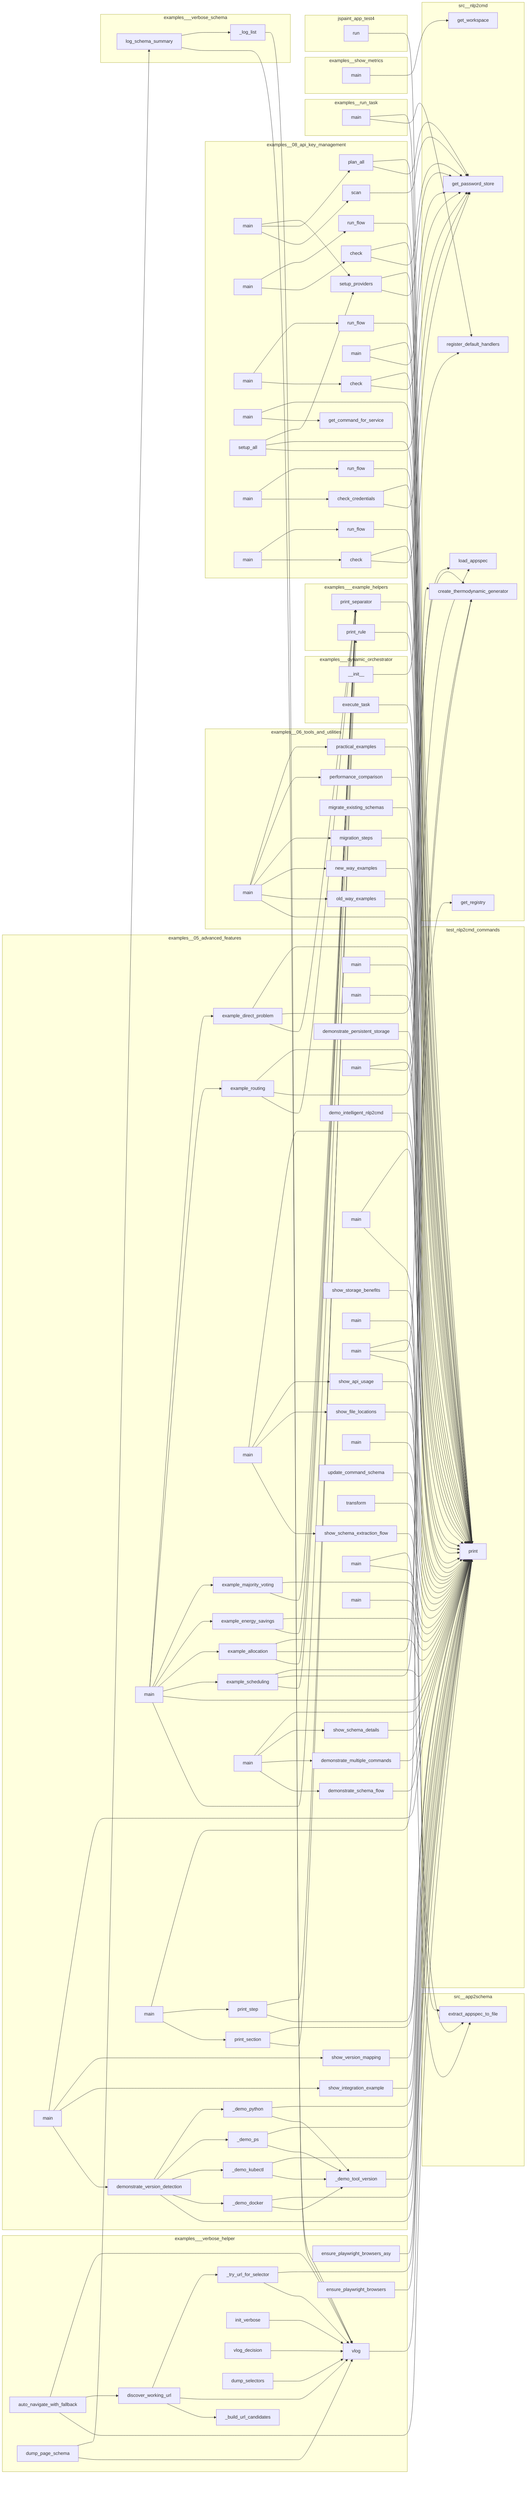
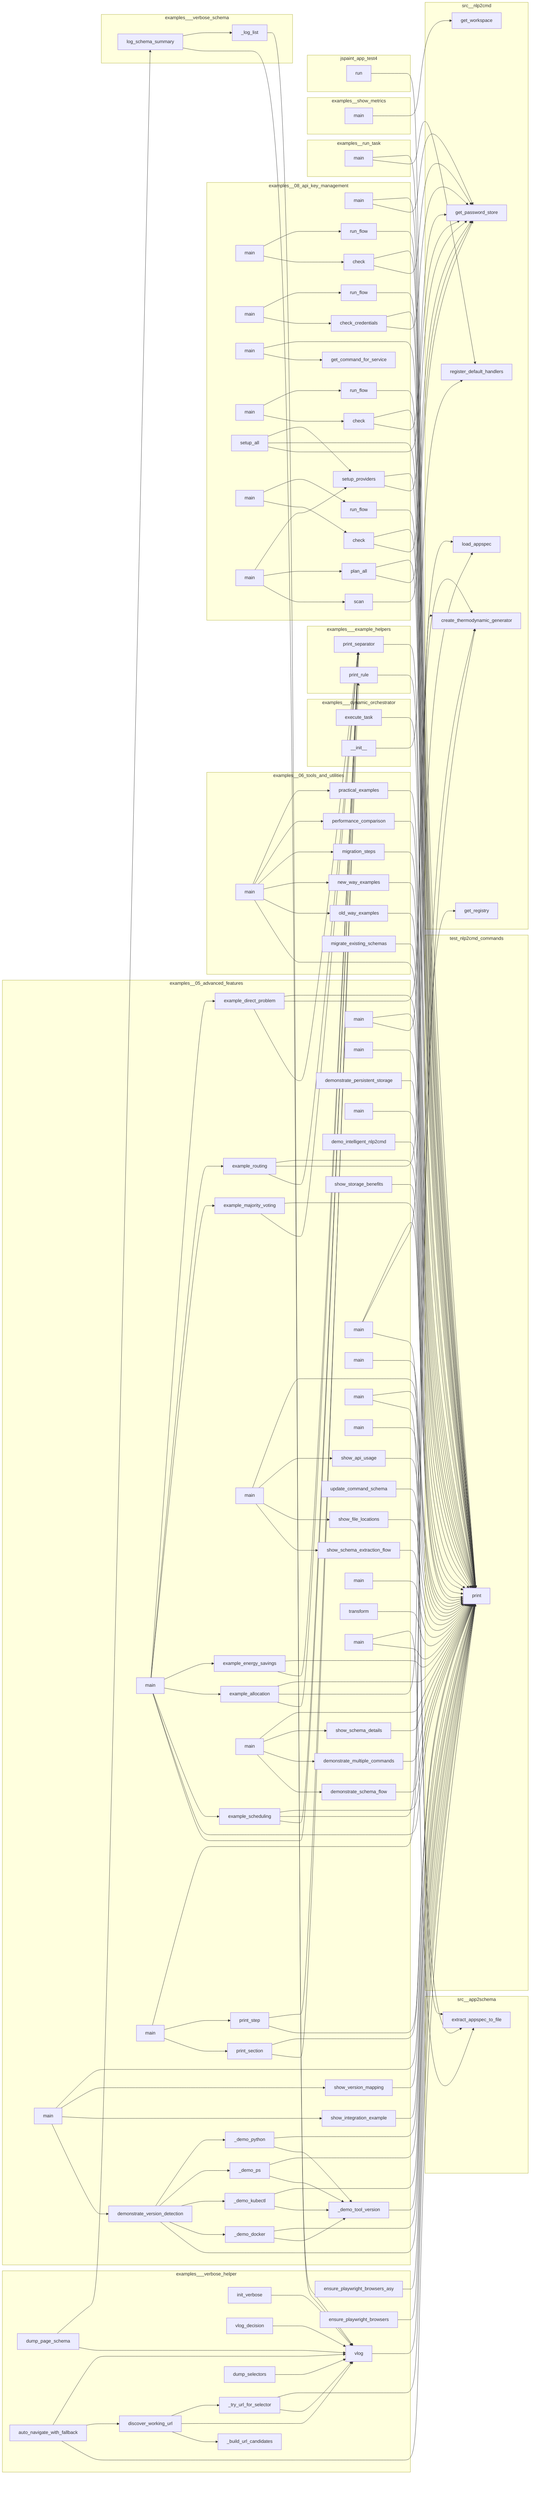
flowchart LR
- %% generated in 0.06s
+ %% generated in 0.07s
    subgraph examples__05_advanced_features
+         examples__05_advanced_features__thermodynamic_computing__example__example_majority_voting["example_majority_voting"]
+         examples__05_advanced_features__thermodynamic_computing__example__example_direct_problem["example_direct_problem"]
+         examples__05_advanced_features__dynamic_schemas__demo_version_detection__show_integration_example["show_integration_example"]
+         examples__05_advanced_features__dynamic_schemas__schema_flow_demo__show_schema_extraction_flow["show_schema_extraction_flow"]
+         examples__05_advanced_features__thermodynamic_computing__example__example_energy_savings["example_energy_savings"]
+         examples__05_advanced_features__schema_driven_architecture__manual_appspec__main["main"]
+         examples__05_advanced_features__dynamic_schemas__simple_schema_demo__main["main"]
+         examples__05_advanced_features__dynamic_schemas__demo_persistent_storage__demonstrate_persistent_storage["demonstrate_persistent_storage"]
+         examples__05_advanced_features__thermodynamic_computing__example__main["main"]
+         examples__05_advanced_features__schema_driven_architecture__05_result_aggregator__demo__main["main"]
+         examples__05_advanced_features__dynamic_schemas__demo_version_detection__main["main"]
+         examples__05_advanced_features__dynamic_schemas__demo_intelligent_nlp2cmd__demo_intelligent_nlp2cmd["demo_intelligent_nlp2cmd"]
+         examples__05_advanced_features__dynamic_schemas__demo_version_detection___demo_tool_version["_demo_tool_version"]
+         examples__05_advanced_features__dynamic_schemas__schema_flow_demo__main["main"]
+         examples__05_advanced_features__thermodynamic_computing__example__example_scheduling["example_scheduling"]
        examples__05_advanced_features__dynamic_schemas__demo_schema_flow__demonstrate_schema_flow["demonstrate_schema_flow"]
+         examples__05_advanced_features__dynamic_schemas__demo_persistent_storage__show_storage_benefits["show_storage_benefits"]
+         examples__05_advanced_features__dynamic_schemas__schema_flow_demo__show_file_locations["show_file_locations"]
+         examples__05_advanced_features__schema_driven_architecture__mvp__main["main"]
+         examples__05_advanced_features__schema_driven_architecture__02_decision_router__demo__main["main"]
+         examples__05_advanced_features__schema_driven_architecture__end_to_end_demo__print_section["print_section"]
+         examples__05_advanced_features__dynamic_schemas__demo_schema_flow__main["main"]
+         examples__05_advanced_features__dynamic_schemas__demo_version_detection___demo_python["_demo_python"]
+         examples__05_advanced_features__thermodynamic_computing__example__example_routing["example_routing"]
+         examples__05_advanced_features__dynamic_schemas__demo_schema_flow__show_schema_details["show_schema_details"]
+         examples__05_advanced_features__schema_driven_architecture__end_to_end_demo__main["main"]
+         examples__05_advanced_features__dynamic_schemas__example__main["main"]
+         examples__05_advanced_features__dynamic_schemas__demo_version_detection__demonstrate_version_detection["demonstrate_version_detection"]
+         examples__05_advanced_features__schema_driven_architecture__03_llm_planner__demo__main["main"]
        examples__05_advanced_features__dynamic_schemas__demo_version_detection___demo_ps["_demo_ps"]
        examples__05_advanced_features__dynamic_schemas__demo_version_detection___demo_kubectl["_demo_kubectl"]
-         examples__05_advanced_features__dynamic_schemas__schema_flow_demo__main["main"]
-         examples__05_advanced_features__schema_driven_architecture__05_result_aggregator__demo__main["main"]
-         examples__05_advanced_features__schema_driven_architecture__03_llm_planner__demo__main["main"]
-         examples__05_advanced_features__dynamic_schemas__demo_version_detection__show_integration_example["show_integration_example"]
-         examples__05_advanced_features__schema_driven_architecture__end_to_end_demo__print_section["print_section"]
-         examples__05_advanced_features__dynamic_schemas__demo_version_detection__main["main"]
-         examples__05_advanced_features__thermodynamic_computing__example__example_energy_savings["example_energy_savings"]
-         examples__05_advanced_features__dynamic_schemas__demo_persistent_storage__demonstrate_persistent_storage["demonstrate_persistent_storage"]
-         examples__05_advanced_features__thermodynamic_computing__example__example_scheduling["example_scheduling"]
-         examples__05_advanced_features__dynamic_schemas__schema_flow_demo__show_schema_extraction_flow["show_schema_extraction_flow"]
-         examples__05_advanced_features__schema_driven_architecture__manual_appspec__main["main"]
+         examples__05_advanced_features__dynamic_schemas__demo_schema_flow__demonstrate_multiple_commands["demonstrate_multiple_commands"]
        examples__05_advanced_features__schema_driven_architecture__end_to_end_demo__print_step["print_step"]
+         examples__05_advanced_features__dynamic_schemas__demo_intelligent_nlp2cmd__IntelligentNLP2CMD__update_command_schema["update_command_schema"]
+         examples__05_advanced_features__thermodynamic_computing__example__example_allocation["example_allocation"]
        examples__05_advanced_features__dynamic_schemas__demo_version_detection__show_version_mapping["show_version_mapping"]
-         examples__05_advanced_features__thermodynamic_computing__example__example_allocation["example_allocation"]
-         examples__05_advanced_features__dynamic_schemas__demo_intelligent_nlp2cmd__demo_intelligent_nlp2cmd["demo_intelligent_nlp2cmd"]
-         examples__05_advanced_features__dynamic_schemas__demo_version_detection___demo_tool_version["_demo_tool_version"]
-         examples__05_advanced_features__dynamic_schemas__example__main["main"]
-         examples__05_advanced_features__dynamic_schemas__demo_persistent_storage__show_storage_benefits["show_storage_benefits"]
-         examples__05_advanced_features__schema_driven_architecture__04_plan_executor__demo__main["main"]
-         examples__05_advanced_features__schema_driven_architecture__mvp__main["main"]
-         examples__05_advanced_features__dynamic_schemas__demo_schema_flow__show_schema_details["show_schema_details"]
-         examples__05_advanced_features__thermodynamic_computing__example__main["main"]
-         examples__05_advanced_features__dynamic_schemas__demo_schema_flow__demonstrate_multiple_commands["demonstrate_multiple_commands"]
-         examples__05_advanced_features__dynamic_schemas__simple_schema_demo__main["main"]
-         examples__05_advanced_features__dynamic_schemas__demo_schema_flow__main["main"]
-         examples__05_advanced_features__thermodynamic_computing__example__example_routing["example_routing"]
-         examples__05_advanced_features__dynamic_schemas__demo_intelligent_nlp2cmd__IntelligentNLP2CMD__update_command_schema["update_command_schema"]
-         examples__05_advanced_features__thermodynamic_computing__example__example_direct_problem["example_direct_problem"]
-         examples__05_advanced_features__dynamic_schemas__demo_version_detection__demonstrate_version_detection["demonstrate_version_detection"]
-         examples__05_advanced_features__dynamic_schemas__demo_intelligent_nlp2cmd__IntelligentNLP2CMD__transform["transform"]
-         examples__05_advanced_features__dynamic_schemas__schema_flow_demo__show_file_locations["show_file_locations"]
-         examples__05_advanced_features__schema_driven_architecture__end_to_end_demo__main["main"]
-         examples__05_advanced_features__dynamic_schemas__demo_enhanced__main["main"]
-         examples__05_advanced_features__thermodynamic_computing__example__example_majority_voting["example_majority_voting"]
        examples__05_advanced_features__dynamic_schemas__schema_flow_demo__show_api_usage["show_api_usage"]
        examples__05_advanced_features__dynamic_schemas__demo_version_detection___demo_docker["_demo_docker"]
-         examples__05_advanced_features__dynamic_schemas__demo_version_detection___demo_python["_demo_python"]
-         examples__05_advanced_features__schema_driven_architecture__02_decision_router__demo__main["main"]
+         examples__05_advanced_features__schema_driven_architecture__04_plan_executor__demo__main["main"]
+         examples__05_advanced_features__dynamic_schemas__demo_intelligent_nlp2cmd__IntelligentNLP2CMD__transform["transform"]
+         examples__05_advanced_features__dynamic_schemas__demo_enhanced__main["main"]
    end
    subgraph examples__06_tools_and_utilities
+         examples__06_tools_and_utilities__migration_tools__guide__performance_comparison["performance_comparison"]
+         examples__06_tools_and_utilities__migration_tools__guide__new_way_examples["new_way_examples"]
+         examples__06_tools_and_utilities__migration_tools__guide__old_way_examples["old_way_examples"]
+         examples__06_tools_and_utilities__migration_tools__guide__migration_steps["migration_steps"]
+         examples__06_tools_and_utilities__migration_tools__guide__main["main"]
        examples__06_tools_and_utilities__migration_tools__guide__practical_examples["practical_examples"]
-         examples__06_tools_and_utilities__migration_tools__guide__performance_comparison["performance_comparison"]
        examples__06_tools_and_utilities__migration_tools__demo_versioned_schemas__migrate_existing_schemas["migrate_existing_schemas"]
-         examples__06_tools_and_utilities__migration_tools__guide__new_way_examples["new_way_examples"]
-         examples__06_tools_and_utilities__migration_tools__guide__migration_steps["migration_steps"]
-         examples__06_tools_and_utilities__migration_tools__guide__old_way_examples["old_way_examples"]
-         examples__06_tools_and_utilities__migration_tools__guide__main["main"]
    end
    subgraph examples__08_api_key_management
-         examples__08_api_key_management__06_multi_provider__run__scan["scan"]
-         examples__08_api_key_management__06_multi_provider__run__main["main"]
-         examples__08_api_key_management__06_multi_provider__run__setup_providers["setup_providers"]
-         examples__08_api_key_management__02_openrouter_key__run__run_flow["run_flow"]
-         examples__08_api_key_management__04_huggingface_token__run__run_flow["run_flow"]
-         examples__08_api_key_management__03_github_token__run__run_flow["run_flow"]
-         examples__08_api_key_management__05_openai_key__run__main["main"]
        examples__08_api_key_management__04_huggingface_token__run__main["main"]
-         examples__08_api_key_management__05_openai_key__run__run_flow["run_flow"]
-         examples__08_api_key_management__01_diagnose_credentials_nlp2cmd__main["main"]
-         examples__08_api_key_management__06_multi_provider__run__setup_all["setup_all"]
        examples__08_api_key_management__01_diagnose_credentials__run__main["main"]
        examples__08_api_key_management__02_openrouter_key__run__main["main"]
+         examples__08_api_key_management__03_github_token__run__run_flow["run_flow"]
        examples__08_api_key_management__06_multi_provider__run__plan_all["plan_all"]
+         examples__08_api_key_management__03_github_token__run__check["check"]
+         examples__08_api_key_management__01_diagnose_credentials_nlp2cmd__main["main"]
+         examples__08_api_key_management__05_openai_key__run__run_flow["run_flow"]
+         examples__08_api_key_management__05_openai_key__run__main["main"]
+         examples__08_api_key_management__06_multi_provider__run__scan["scan"]
+         examples__08_api_key_management__06_multi_provider__run__setup_providers["setup_providers"]
+         examples__08_api_key_management__02_openrouter_key__run__check_credentials["check_credentials"]
+         examples__08_api_key_management__04_huggingface_token__run__run_flow["run_flow"]
+         examples__08_api_key_management__06_multi_provider__run__setup_all["setup_all"]
+         examples__08_api_key_management__03_github_token__run__main["main"]
+         examples__08_api_key_management__01_diagnose_credentials_nlp2cmd__get_command_for_service["get_command_for_service"]
+         examples__08_api_key_management__02_openrouter_key__run__run_flow["run_flow"]
+         examples__08_api_key_management__06_multi_provider__run__main["main"]
+         examples__08_api_key_management__04_huggingface_token__run__check["check"]
        examples__08_api_key_management__05_openai_key__run__check["check"]
-         examples__08_api_key_management__03_github_token__run__main["main"]
-         examples__08_api_key_management__03_github_token__run__check["check"]
-         examples__08_api_key_management__04_huggingface_token__run__check["check"]
-         examples__08_api_key_management__01_diagnose_credentials_nlp2cmd__get_command_for_service["get_command_for_service"]
-         examples__08_api_key_management__02_openrouter_key__run__check_credentials["check_credentials"]
    end
    subgraph examples___dynamic_orchestrator
+         examples___dynamic_orchestrator__DynamicOrchestrator__execute_task["execute_task"]
        examples___dynamic_orchestrator__DynamicOrchestrator____init__["__init__"]
-         examples___dynamic_orchestrator__DynamicOrchestrator__execute_task["execute_task"]
    end
    subgraph examples___example_helpers
        examples___example_helpers__print_rule["print_rule"]
        examples___example_helpers__print_separator["print_separator"]
    end
    subgraph examples___verbose_helper
+         examples___verbose_helper__discover_working_url["discover_working_url"]
+         examples___verbose_helper__dump_page_schema["dump_page_schema"]
+         examples___verbose_helper__init_verbose["init_verbose"]
        examples___verbose_helper__auto_navigate_with_fallback["auto_navigate_with_fallback"]
-         examples___verbose_helper___try_url_for_selector["_try_url_for_selector"]
+         examples___verbose_helper__vlog_decision["vlog_decision"]
        examples___verbose_helper___build_url_candidates["_build_url_candidates"]
        examples___verbose_helper__ensure_playwright_browsers_async["ensure_playwright_browsers_asy"]
-         examples___verbose_helper__init_verbose["init_verbose"]
-         examples___verbose_helper__vlog_decision["vlog_decision"]
-         examples___verbose_helper__discover_working_url["discover_working_url"]
+         examples___verbose_helper___try_url_for_selector["_try_url_for_selector"]
+         examples___verbose_helper__ensure_playwright_browsers["ensure_playwright_browsers"]
+         examples___verbose_helper__vlog["vlog"]
        examples___verbose_helper__dump_selectors["dump_selectors"]
-         examples___verbose_helper__vlog["vlog"]
-         examples___verbose_helper__dump_page_schema["dump_page_schema"]
-         examples___verbose_helper__ensure_playwright_browsers["ensure_playwright_browsers"]
    end
    subgraph examples___verbose_schema
        examples___verbose_schema__log_schema_summary["log_schema_summary"]
        examples___verbose_schema___log_list["_log_list"]
    end
    subgraph examples__run_task
        examples__run_task__main["main"]
    end
    subgraph examples__show_metrics
        examples__show_metrics__main["main"]
    end
    subgraph jspaint_app_test4
        jspaint_app_test4__run["run"]
    end
    subgraph src__app2schema
        src__app2schema__extract__extract_appspec_to_file["extract_appspec_to_file"]
    end
    subgraph src__nlp2cmd
+         src__nlp2cmd__orchestration__learned_path__get_workspace["get_workspace"]
        src__nlp2cmd__orchestration__handlers__register_default_handlers["register_default_handlers"]
        src__nlp2cmd__appspec_runtime__load_appspec["load_appspec"]
+         src__nlp2cmd__generation__thermodynamic__create_thermodynamic_generator["create_thermodynamic_generator"]
+         src__nlp2cmd__automation__password_store__get_password_store["get_password_store"]
        src__nlp2cmd__registry__get_registry__get_registry["get_registry"]
-         src__nlp2cmd__automation__password_store__get_password_store["get_password_store"]
-         src__nlp2cmd__orchestration__learned_path__get_workspace["get_workspace"]
-         src__nlp2cmd__generation__thermodynamic__create_thermodynamic_generator["create_thermodynamic_generator"]
    end
    subgraph test_nlp2cmd_commands
        test_nlp2cmd_commands__print["print"]
    end
    jspaint_app_test4__run --> test_nlp2cmd_commands__print
    examples__show_metrics__main --> src__nlp2cmd__orchestration__learned_path__get_workspace
    examples___verbose_schema___log_list --> examples___verbose_helper__vlog
    examples___verbose_schema__log_schema_summary --> examples___verbose_helper__vlog
    examples___verbose_schema__log_schema_summary --> examples___verbose_schema___log_list
    examples___dynamic_orchestrator__DynamicOrchestrator____init__ --> src__nlp2cmd__orchestration__handlers__register_default_handlers
    examples___dynamic_orchestrator__DynamicOrchestrator__execute_task --> test_nlp2cmd_commands__print
    examples___example_helpers__print_separator --> test_nlp2cmd_commands__print
    examples___example_helpers__print_rule --> test_nlp2cmd_commands__print
    examples___verbose_helper__init_verbose --> examples___verbose_helper__vlog
    examples___verbose_helper__vlog --> test_nlp2cmd_commands__print
    examples___verbose_helper__dump_page_schema --> examples___verbose_helper__vlog
    examples___verbose_helper__dump_page_schema --> examples___verbose_schema__log_schema_summary
    examples___verbose_helper__dump_selectors --> examples___verbose_helper__vlog
    examples___verbose_helper__vlog_decision --> examples___verbose_helper__vlog
    examples___verbose_helper__ensure_playwright_browsers --> test_nlp2cmd_commands__print
    examples___verbose_helper__ensure_playwright_browsers_async --> test_nlp2cmd_commands__print
    examples___verbose_helper___try_url_for_selector --> examples___verbose_helper__vlog
    examples___verbose_helper___try_url_for_selector --> test_nlp2cmd_commands__print
    examples___verbose_helper__discover_working_url --> examples___verbose_helper___build_url_candidates
    examples___verbose_helper__discover_working_url --> examples___verbose_helper__vlog
    examples___verbose_helper__discover_working_url --> examples___verbose_helper___try_url_for_selector
    examples___verbose_helper__auto_navigate_with_fallback --> test_nlp2cmd_commands__print
    examples___verbose_helper__auto_navigate_with_fallback --> examples___verbose_helper__discover_working_url
    examples___verbose_helper__auto_navigate_with_fallback --> examples___verbose_helper__vlog
    examples__run_task__main --> src__nlp2cmd__orchestration__handlers__register_default_handlers
    examples__run_task__main --> test_nlp2cmd_commands__print
    examples__05_advanced_features__thermodynamic_computing__example__example_scheduling --> examples___example_helpers__print_separator
    examples__05_advanced_features__thermodynamic_computing__example__example_scheduling --> src__nlp2cmd__generation__thermodynamic__create_thermodynamic_generator
    examples__05_advanced_features__thermodynamic_computing__example__example_scheduling --> test_nlp2cmd_commands__print
    examples__05_advanced_features__thermodynamic_computing__example__example_allocation --> examples___example_helpers__print_separator
    examples__05_advanced_features__thermodynamic_computing__example__example_allocation --> src__nlp2cmd__generation__thermodynamic__create_thermodynamic_generator
    examples__05_advanced_features__thermodynamic_computing__example__example_allocation --> test_nlp2cmd_commands__print
    examples__05_advanced_features__thermodynamic_computing__example__example_energy_savings --> examples___example_helpers__print_separator
    examples__05_advanced_features__thermodynamic_computing__example__example_energy_savings --> test_nlp2cmd_commands__print
    examples__05_advanced_features__thermodynamic_computing__example__example_majority_voting --> examples___example_helpers__print_separator
    examples__05_advanced_features__thermodynamic_computing__example__example_majority_voting --> test_nlp2cmd_commands__print
    examples__05_advanced_features__thermodynamic_computing__example__example_routing --> examples___example_helpers__print_separator
    examples__05_advanced_features__thermodynamic_computing__example__example_routing --> src__nlp2cmd__generation__thermodynamic__create_thermodynamic_generator
    examples__05_advanced_features__thermodynamic_computing__example__example_routing --> test_nlp2cmd_commands__print
    examples__05_advanced_features__thermodynamic_computing__example__example_direct_problem --> examples___example_helpers__print_separator
    examples__05_advanced_features__thermodynamic_computing__example__example_direct_problem --> src__nlp2cmd__generation__thermodynamic__create_thermodynamic_generator
    examples__05_advanced_features__thermodynamic_computing__example__example_direct_problem --> test_nlp2cmd_commands__print
    examples__05_advanced_features__thermodynamic_computing__example__main --> examples___example_helpers__print_separator
    examples__05_advanced_features__thermodynamic_computing__example__main --> test_nlp2cmd_commands__print
    examples__05_advanced_features__thermodynamic_computing__example__main --> examples__05_advanced_features__thermodynamic_computing__example__example_scheduling
    examples__05_advanced_features__thermodynamic_computing__example__main --> examples__05_advanced_features__thermodynamic_computing__example__example_allocation
    examples__05_advanced_features__thermodynamic_computing__example__main --> examples__05_advanced_features__thermodynamic_computing__example__example_energy_savings
    examples__05_advanced_features__thermodynamic_computing__example__main --> examples__05_advanced_features__thermodynamic_computing__example__example_majority_voting
    examples__05_advanced_features__thermodynamic_computing__example__main --> examples__05_advanced_features__thermodynamic_computing__example__example_routing
    examples__05_advanced_features__thermodynamic_computing__example__main --> examples__05_advanced_features__thermodynamic_computing__example__example_direct_problem
    examples__05_advanced_features__schema_driven_architecture__manual_appspec__main --> src__nlp2cmd__appspec_runtime__load_appspec
    examples__05_advanced_features__schema_driven_architecture__manual_appspec__main --> test_nlp2cmd_commands__print
    examples__05_advanced_features__schema_driven_architecture__end_to_end_demo__print_section --> examples___example_helpers__print_separator
    examples__05_advanced_features__schema_driven_architecture__end_to_end_demo__print_section --> test_nlp2cmd_commands__print
    examples__05_advanced_features__schema_driven_architecture__end_to_end_demo__print_step --> test_nlp2cmd_commands__print
    examples__05_advanced_features__schema_driven_architecture__end_to_end_demo__print_step --> examples___example_helpers__print_rule
    examples__05_advanced_features__schema_driven_architecture__end_to_end_demo__main --> examples__05_advanced_features__schema_driven_architecture__end_to_end_demo__print_section
    examples__05_advanced_features__schema_driven_architecture__end_to_end_demo__main --> examples__05_advanced_features__schema_driven_architecture__end_to_end_demo__print_step
    examples__05_advanced_features__schema_driven_architecture__end_to_end_demo__main --> src__nlp2cmd__registry__get_registry__get_registry
    examples__05_advanced_features__schema_driven_architecture__mvp__main --> src__app2schema__extract__extract_appspec_to_file
    examples__05_advanced_features__schema_driven_architecture__mvp__main --> src__nlp2cmd__appspec_runtime__load_appspec
    examples__05_advanced_features__schema_driven_architecture__mvp__main --> test_nlp2cmd_commands__print
    examples__05_advanced_features__schema_driven_architecture__05_result_aggregator__demo__main --> test_nlp2cmd_commands__print
    examples__05_advanced_features__schema_driven_architecture__02_decision_router__demo__main --> test_nlp2cmd_commands__print
    examples__05_advanced_features__schema_driven_architecture__04_plan_executor__demo__main --> test_nlp2cmd_commands__print
    examples__05_advanced_features__schema_driven_architecture__03_llm_planner__demo__main --> test_nlp2cmd_commands__print
    examples__05_advanced_features__dynamic_schemas__simple_schema_demo__main --> test_nlp2cmd_commands__print
    examples__05_advanced_features__dynamic_schemas__demo_intelligent_nlp2cmd__IntelligentNLP2CMD__transform --> test_nlp2cmd_commands__print
    examples__05_advanced_features__dynamic_schemas__demo_intelligent_nlp2cmd__IntelligentNLP2CMD__update_command_schema --> test_nlp2cmd_commands__print
    examples__05_advanced_features__dynamic_schemas__demo_intelligent_nlp2cmd__demo_intelligent_nlp2cmd --> test_nlp2cmd_commands__print
    examples__05_advanced_features__dynamic_schemas__demo_persistent_storage__demonstrate_persistent_storage --> test_nlp2cmd_commands__print
    examples__05_advanced_features__dynamic_schemas__demo_persistent_storage__show_storage_benefits --> test_nlp2cmd_commands__print
    examples__05_advanced_features__dynamic_schemas__demo_enhanced__main --> test_nlp2cmd_commands__print
    examples__05_advanced_features__dynamic_schemas__demo_enhanced__main --> src__app2schema__extract__extract_appspec_to_file
    examples__05_advanced_features__dynamic_schemas__demo_schema_flow__demonstrate_schema_flow --> test_nlp2cmd_commands__print
    examples__05_advanced_features__dynamic_schemas__demo_schema_flow__demonstrate_multiple_commands --> test_nlp2cmd_commands__print
    examples__05_advanced_features__dynamic_schemas__demo_schema_flow__show_schema_details --> test_nlp2cmd_commands__print
    examples__05_advanced_features__dynamic_schemas__demo_schema_flow__main --> examples__05_advanced_features__dynamic_schemas__demo_schema_flow__demonstrate_schema_flow
    examples__05_advanced_features__dynamic_schemas__demo_schema_flow__main --> examples__05_advanced_features__dynamic_schemas__demo_schema_flow__demonstrate_multiple_commands
    examples__05_advanced_features__dynamic_schemas__demo_schema_flow__main --> examples__05_advanced_features__dynamic_schemas__demo_schema_flow__show_schema_details
    examples__05_advanced_features__dynamic_schemas__demo_schema_flow__main --> test_nlp2cmd_commands__print
    examples__05_advanced_features__dynamic_schemas__demo_version_detection___demo_tool_version --> test_nlp2cmd_commands__print
    examples__05_advanced_features__dynamic_schemas__demo_version_detection___demo_docker --> examples__05_advanced_features__dynamic_schemas__demo_version_detection___demo_tool_version
    examples__05_advanced_features__dynamic_schemas__demo_version_detection___demo_docker --> test_nlp2cmd_commands__print
    examples__05_advanced_features__dynamic_schemas__demo_version_detection___demo_kubectl --> examples__05_advanced_features__dynamic_schemas__demo_version_detection___demo_tool_version
    examples__05_advanced_features__dynamic_schemas__demo_version_detection___demo_kubectl --> test_nlp2cmd_commands__print
    examples__05_advanced_features__dynamic_schemas__demo_version_detection___demo_ps --> examples__05_advanced_features__dynamic_schemas__demo_version_detection___demo_tool_version
    examples__05_advanced_features__dynamic_schemas__demo_version_detection___demo_ps --> test_nlp2cmd_commands__print
    examples__05_advanced_features__dynamic_schemas__demo_version_detection___demo_python --> examples__05_advanced_features__dynamic_schemas__demo_version_detection___demo_tool_version
    examples__05_advanced_features__dynamic_schemas__demo_version_detection___demo_python --> test_nlp2cmd_commands__print
    examples__05_advanced_features__dynamic_schemas__demo_version_detection__demonstrate_version_detection --> test_nlp2cmd_commands__print
    examples__05_advanced_features__dynamic_schemas__demo_version_detection__demonstrate_version_detection --> examples__05_advanced_features__dynamic_schemas__demo_version_detection___demo_docker
    examples__05_advanced_features__dynamic_schemas__demo_version_detection__demonstrate_version_detection --> examples__05_advanced_features__dynamic_schemas__demo_version_detection___demo_kubectl
    examples__05_advanced_features__dynamic_schemas__demo_version_detection__demonstrate_version_detection --> examples__05_advanced_features__dynamic_schemas__demo_version_detection___demo_ps
    examples__05_advanced_features__dynamic_schemas__demo_version_detection__demonstrate_version_detection --> examples__05_advanced_features__dynamic_schemas__demo_version_detection___demo_python
    examples__05_advanced_features__dynamic_schemas__demo_version_detection__show_integration_example --> test_nlp2cmd_commands__print
    examples__05_advanced_features__dynamic_schemas__demo_version_detection__show_version_mapping --> test_nlp2cmd_commands__print
    examples__05_advanced_features__dynamic_schemas__demo_version_detection__main --> examples__05_advanced_features__dynamic_schemas__demo_version_detection__demonstrate_version_detection
    examples__05_advanced_features__dynamic_schemas__demo_version_detection__main --> examples__05_advanced_features__dynamic_schemas__demo_version_detection__show_integration_example
    examples__05_advanced_features__dynamic_schemas__demo_version_detection__main --> examples__05_advanced_features__dynamic_schemas__demo_version_detection__show_version_mapping
    examples__05_advanced_features__dynamic_schemas__demo_version_detection__main --> test_nlp2cmd_commands__print
    examples__05_advanced_features__dynamic_schemas__schema_flow_demo__show_schema_extraction_flow --> test_nlp2cmd_commands__print
    examples__05_advanced_features__dynamic_schemas__schema_flow_demo__show_file_locations --> test_nlp2cmd_commands__print
    examples__05_advanced_features__dynamic_schemas__schema_flow_demo__show_api_usage --> test_nlp2cmd_commands__print
    examples__05_advanced_features__dynamic_schemas__schema_flow_demo__main --> examples__05_advanced_features__dynamic_schemas__schema_flow_demo__show_schema_extraction_flow
    examples__05_advanced_features__dynamic_schemas__schema_flow_demo__main --> examples__05_advanced_features__dynamic_schemas__schema_flow_demo__show_file_locations
    examples__05_advanced_features__dynamic_schemas__schema_flow_demo__main --> examples__05_advanced_features__dynamic_schemas__schema_flow_demo__show_api_usage
    examples__05_advanced_features__dynamic_schemas__schema_flow_demo__main --> test_nlp2cmd_commands__print
    examples__05_advanced_features__dynamic_schemas__example__main --> src__app2schema__extract__extract_appspec_to_file
    examples__05_advanced_features__dynamic_schemas__example__main --> test_nlp2cmd_commands__print
    examples__08_api_key_management__01_diagnose_credentials_nlp2cmd__main --> examples__08_api_key_management__01_diagnose_credentials_nlp2cmd__get_command_for_service
    examples__08_api_key_management__01_diagnose_credentials_nlp2cmd__main --> test_nlp2cmd_commands__print
    examples__08_api_key_management__05_openai_key__run__check --> src__nlp2cmd__automation__password_store__get_password_store
    examples__08_api_key_management__05_openai_key__run__check --> test_nlp2cmd_commands__print
    examples__08_api_key_management__05_openai_key__run__run_flow --> test_nlp2cmd_commands__print
    examples__08_api_key_management__05_openai_key__run__main --> examples__08_api_key_management__05_openai_key__run__check
    examples__08_api_key_management__05_openai_key__run__main --> examples__08_api_key_management__05_openai_key__run__run_flow
    examples__08_api_key_management__01_diagnose_credentials__run__main --> src__nlp2cmd__automation__password_store__get_password_store
    examples__08_api_key_management__01_diagnose_credentials__run__main --> test_nlp2cmd_commands__print
    examples__08_api_key_management__06_multi_provider__run__scan --> src__nlp2cmd__automation__password_store__get_password_store
    examples__08_api_key_management__06_multi_provider__run__plan_all --> src__nlp2cmd__automation__password_store__get_password_store
    examples__08_api_key_management__06_multi_provider__run__plan_all --> test_nlp2cmd_commands__print
    examples__08_api_key_management__06_multi_provider__run__setup_providers --> src__nlp2cmd__automation__password_store__get_password_store
    examples__08_api_key_management__06_multi_provider__run__setup_providers --> test_nlp2cmd_commands__print
    examples__08_api_key_management__06_multi_provider__run__setup_all --> src__nlp2cmd__automation__password_store__get_password_store
    examples__08_api_key_management__06_multi_provider__run__setup_all --> test_nlp2cmd_commands__print
    examples__08_api_key_management__06_multi_provider__run__setup_all --> examples__08_api_key_management__06_multi_provider__run__setup_providers
    examples__08_api_key_management__06_multi_provider__run__main --> examples__08_api_key_management__06_multi_provider__run__scan
    examples__08_api_key_management__06_multi_provider__run__main --> examples__08_api_key_management__06_multi_provider__run__plan_all
    examples__08_api_key_management__06_multi_provider__run__main --> examples__08_api_key_management__06_multi_provider__run__setup_providers
    examples__08_api_key_management__02_openrouter_key__run__check_credentials --> src__nlp2cmd__automation__password_store__get_password_store
    examples__08_api_key_management__02_openrouter_key__run__check_credentials --> test_nlp2cmd_commands__print
    examples__08_api_key_management__02_openrouter_key__run__run_flow --> test_nlp2cmd_commands__print
    examples__08_api_key_management__02_openrouter_key__run__main --> examples__08_api_key_management__02_openrouter_key__run__check_credentials
    examples__08_api_key_management__02_openrouter_key__run__main --> examples__08_api_key_management__02_openrouter_key__run__run_flow
    examples__08_api_key_management__03_github_token__run__check --> src__nlp2cmd__automation__password_store__get_password_store
    examples__08_api_key_management__03_github_token__run__check --> test_nlp2cmd_commands__print
    examples__08_api_key_management__03_github_token__run__run_flow --> test_nlp2cmd_commands__print
    examples__08_api_key_management__03_github_token__run__main --> examples__08_api_key_management__03_github_token__run__check
    examples__08_api_key_management__03_github_token__run__main --> examples__08_api_key_management__03_github_token__run__run_flow
    examples__08_api_key_management__04_huggingface_token__run__check --> src__nlp2cmd__automation__password_store__get_password_store
    examples__08_api_key_management__04_huggingface_token__run__check --> test_nlp2cmd_commands__print
    examples__08_api_key_management__04_huggingface_token__run__run_flow --> test_nlp2cmd_commands__print
    examples__08_api_key_management__04_huggingface_token__run__main --> examples__08_api_key_management__04_huggingface_token__run__check
    examples__08_api_key_management__04_huggingface_token__run__main --> examples__08_api_key_management__04_huggingface_token__run__run_flow
    examples__06_tools_and_utilities__migration_tools__guide__old_way_examples --> test_nlp2cmd_commands__print
    examples__06_tools_and_utilities__migration_tools__guide__new_way_examples --> test_nlp2cmd_commands__print
    examples__06_tools_and_utilities__migration_tools__guide__migration_steps --> test_nlp2cmd_commands__print
    examples__06_tools_and_utilities__migration_tools__guide__performance_comparison --> test_nlp2cmd_commands__print
    examples__06_tools_and_utilities__migration_tools__guide__practical_examples --> test_nlp2cmd_commands__print
    examples__06_tools_and_utilities__migration_tools__guide__main --> test_nlp2cmd_commands__print
    examples__06_tools_and_utilities__migration_tools__guide__main --> examples__06_tools_and_utilities__migration_tools__guide__old_way_examples
    examples__06_tools_and_utilities__migration_tools__guide__main --> examples__06_tools_and_utilities__migration_tools__guide__new_way_examples
    examples__06_tools_and_utilities__migration_tools__guide__main --> examples__06_tools_and_utilities__migration_tools__guide__migration_steps
    examples__06_tools_and_utilities__migration_tools__guide__main --> examples__06_tools_and_utilities__migration_tools__guide__performance_comparison
    examples__06_tools_and_utilities__migration_tools__guide__main --> examples__06_tools_and_utilities__migration_tools__guide__practical_examples
    examples__06_tools_and_utilities__migration_tools__demo_versioned_schemas__migrate_existing_schemas --> test_nlp2cmd_commands__print
